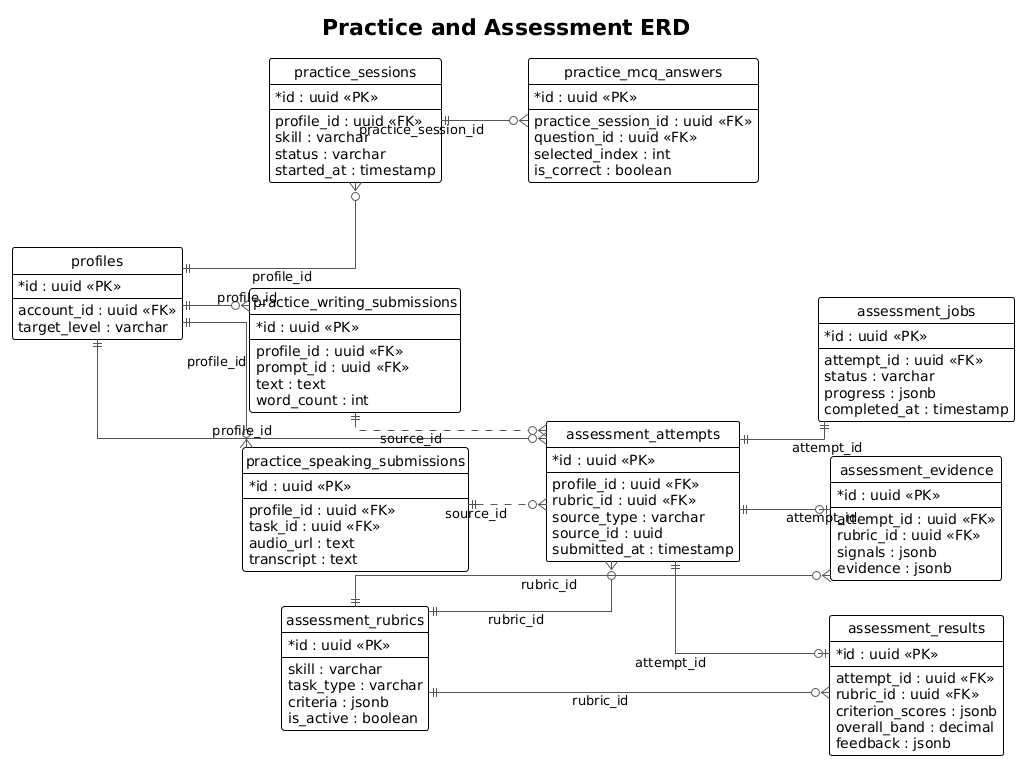
The PlantUML diagram docs/capstone/diagrams/report4-db-practice-assessment-erd.png in nghyane/VSTEP, before a commit.
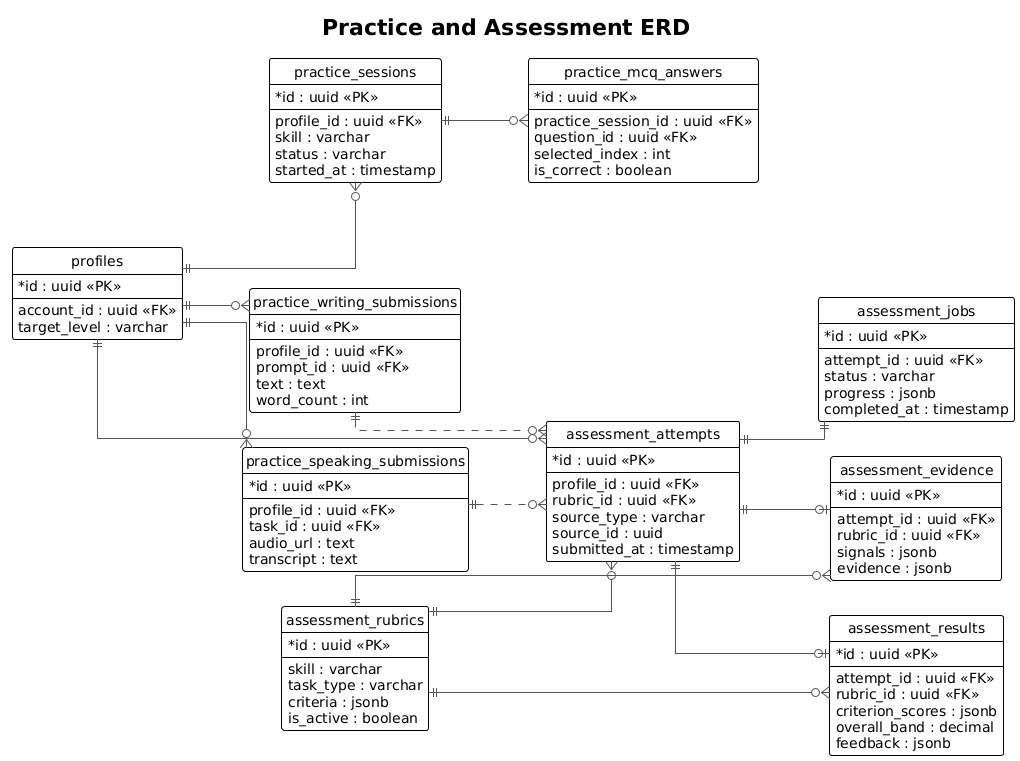
After the commit.

Commit message:
docs(capstone): simplify database ERD layout

Change to the diagram source:
```diff
@@ -100,20 +100,20 @@
   feedback : jsonb
 }
 
-profiles ||--o{ practice_sessions : profile_id
-practice_sessions ||--o{ practice_mcq_answers : practice_session_id
-profiles ||--o{ practice_writing : profile_id
-profiles ||--o{ practice_speaking : profile_id
+profiles ||--o{ practice_sessions
+practice_sessions ||--o{ practice_mcq_answers
+profiles ||--o{ practice_writing
+profiles ||--o{ practice_speaking
 
-profiles ||--o{ attempts : profile_id
-rubrics ||--o{ attempts : rubric_id
-attempts ||--|| jobs : attempt_id
-attempts ||--o| evidence : attempt_id
-rubrics ||--o{ evidence : rubric_id
-attempts ||--o| results : attempt_id
-rubrics ||--o{ results : rubric_id
+profiles ||--o{ attempts
+rubrics ||--o{ attempts
+attempts ||--|| jobs
+attempts ||--o| evidence
+rubrics ||--o{ evidence
+attempts ||--o| results
+rubrics ||--o{ results
 
-practice_writing ||..o{ attempts : source_id
-practice_speaking ||..o{ attempts : source_id
+practice_writing ||..o{ attempts
+practice_speaking ||..o{ attempts
 
 @enduml
```
